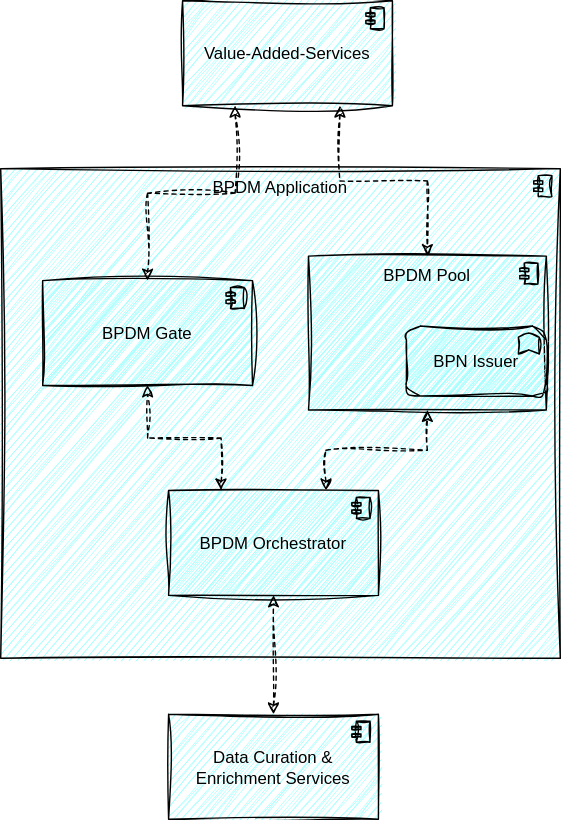
Above: static/img/cx_bpdm_highlevel.drawio.svg in eclipse-tractusx/eclipse-tractusx.github.io (draw.io), before the change. Source tidied: cells renumbered, new cells last; positions are measured from the earlier drawing's top-left corner, leaving out a move shared by most shapes. Its diagram source:
```xml
<mxGraphModel>
  <root>
    <mxCell id="0" />
    <mxCell id="1" parent="0" />
    <mxCell id="2" value="BPDM Application" style="html=1;whiteSpace=wrap;fillColor=#99ffff;shape=mxgraph.archimate3.application;appType=comp;archiType=square;strokeColor=default;fontFamily=Helvetica;fontSize=12;fontColor=default;verticalAlign=top;rounded=1;sketch=1;curveFitting=1;jiggle=2;" parent="1" vertex="1">
      <mxGeometry y="120" width="400" height="350" as="geometry" />
    </mxCell>
    <mxCell id="3" value="BPDM Gate" style="html=1;outlineConnect=0;whiteSpace=wrap;fillColor=#99ffff;shape=mxgraph.archimate3.application;appType=comp;archiType=square;strokeColor=default;fontFamily=Helvetica;fontSize=12;fontColor=default;rounded=1;sketch=1;curveFitting=1;jiggle=2;" parent="1" vertex="1">
      <mxGeometry x="30" y="200" width="150" height="75" as="geometry" />
    </mxCell>
    <mxCell id="4" style="edgeStyle=orthogonalEdgeStyle;shape=connector;rounded=0;sketch=1;hachureGap=4;jiggle=2;curveFitting=1;jettySize=auto;html=1;entryX=0.5;entryY=1;entryDx=0;entryDy=0;entryPerimeter=0;dashed=1;labelBackgroundColor=default;strokeColor=default;fontFamily=Architects Daughter;fontSource=https%3A%2F%2Ffonts.googleapis.com%2Fcss%3Ffamily%3DArchitects%2BDaughter;fontSize=16;fontColor=default;startArrow=classic;startFill=1;endArrow=classic;exitX=0.25;exitY=0;exitDx=0;exitDy=0;exitPerimeter=0;" parent="1" edge="1" source="6" target="3">
      <mxGeometry relative="1" as="geometry" />
    </mxCell>
    <mxCell id="5" style="edgeStyle=orthogonalEdgeStyle;shape=connector;rounded=0;sketch=1;hachureGap=4;jiggle=2;curveFitting=1;jettySize=auto;html=1;entryX=0.5;entryY=1;entryDx=0;entryDy=0;entryPerimeter=0;dashed=1;labelBackgroundColor=default;strokeColor=default;fontFamily=Architects Daughter;fontSource=https%3A%2F%2Ffonts.googleapis.com%2Fcss%3Ffamily%3DArchitects%2BDaughter;fontSize=16;fontColor=default;startArrow=classic;startFill=1;endArrow=classic;exitX=0.75;exitY=0;exitDx=0;exitDy=0;exitPerimeter=0;" parent="1" edge="1" source="6" target="13">
      <mxGeometry relative="1" as="geometry" />
    </mxCell>
    <mxCell id="6" value="BPDM Orchestrator" style="html=1;outlineConnect=0;whiteSpace=wrap;fillColor=#99ffff;shape=mxgraph.archimate3.application;appType=comp;archiType=square;strokeColor=default;fontFamily=Helvetica;fontSize=12;fontColor=default;rounded=1;sketch=1;curveFitting=1;jiggle=2;" parent="1" vertex="1">
      <mxGeometry x="120" y="350" width="150" height="75" as="geometry" />
    </mxCell>
    <mxCell id="7" style="edgeStyle=orthogonalEdgeStyle;shape=connector;rounded=0;sketch=1;hachureGap=4;jiggle=2;curveFitting=1;jettySize=auto;html=1;dashed=1;labelBackgroundColor=default;strokeColor=default;fontFamily=Architects Daughter;fontSource=https%3A%2F%2Ffonts.googleapis.com%2Fcss%3Ffamily%3DArchitects%2BDaughter;fontSize=16;fontColor=default;startArrow=classic;startFill=1;endArrow=classic;exitX=0.25;exitY=1;exitDx=0;exitDy=0;exitPerimeter=0;" parent="1" edge="1" source="9" target="3">
      <mxGeometry relative="1" as="geometry" />
    </mxCell>
    <mxCell id="8" style="edgeStyle=orthogonalEdgeStyle;shape=connector;rounded=0;sketch=1;hachureGap=4;jiggle=2;curveFitting=1;jettySize=auto;html=1;entryX=0.5;entryY=0;entryDx=0;entryDy=0;entryPerimeter=0;dashed=1;labelBackgroundColor=default;strokeColor=default;fontFamily=Architects Daughter;fontSource=https%3A%2F%2Ffonts.googleapis.com%2Fcss%3Ffamily%3DArchitects%2BDaughter;fontSize=16;fontColor=default;startArrow=classic;startFill=1;endArrow=classic;exitX=0.75;exitY=1;exitDx=0;exitDy=0;exitPerimeter=0;" parent="1" edge="1" source="9" target="13">
      <mxGeometry relative="1" as="geometry" />
    </mxCell>
    <mxCell id="9" value="Value-Added-Services" style="html=1;outlineConnect=0;whiteSpace=wrap;fillColor=#99ffff;shape=mxgraph.archimate3.application;appType=comp;archiType=square;strokeColor=default;fontFamily=Helvetica;fontSize=12;fontColor=default;rounded=1;sketch=1;curveFitting=1;jiggle=2;" parent="1" vertex="1">
      <mxGeometry x="130" width="150" height="75" as="geometry" />
    </mxCell>
    <mxCell id="10" style="edgeStyle=orthogonalEdgeStyle;rounded=0;sketch=1;hachureGap=4;jiggle=2;curveFitting=1;jettySize=auto;html=1;entryX=0.5;entryY=1;entryDx=0;entryDy=0;entryPerimeter=0;fontFamily=Architects Daughter;fontSource=https%3A%2F%2Ffonts.googleapis.com%2Fcss%3Ffamily%3DArchitects%2BDaughter;fontSize=16;startArrow=classic;startFill=1;dashed=1;" parent="1" edge="1" source="11" target="6">
      <mxGeometry relative="1" as="geometry" />
    </mxCell>
    <mxCell id="11" value="Data Curation &amp;amp; Enrichment Services" style="html=1;outlineConnect=0;whiteSpace=wrap;fillColor=#99ffff;shape=mxgraph.archimate3.application;appType=comp;archiType=square;strokeColor=default;fontFamily=Helvetica;fontSize=12;fontColor=default;rounded=1;sketch=1;curveFitting=1;jiggle=2;" parent="1" vertex="1">
      <mxGeometry x="120" y="510" width="150" height="75" as="geometry" />
    </mxCell>
    <mxCell id="12" style="group;" parent="1" vertex="1">
      <mxGeometry x="220" y="182.5" width="170" height="110" as="geometry" />
    </mxCell>
    <mxCell id="13" value="BPDM Pool" style="html=1;outlineConnect=0;whiteSpace=wrap;fillColor=#99ffff;shape=mxgraph.archimate3.application;appType=comp;archiType=square;strokeColor=default;fontFamily=Helvetica;fontSize=12;fontColor=default;rounded=1;sketch=1;curveFitting=1;jiggle=2;verticalAlign=top;" parent="12" vertex="1">
      <mxGeometry width="170" height="110" as="geometry" />
    </mxCell>
    <mxCell id="14" value="BPN Issuer" style="html=1;whiteSpace=wrap;fillColor=#99ffff;shape=mxgraph.archimate3.application;appType=func;archiType=rounded;sketch=1;hachureGap=4;jiggle=2;curveFitting=1;fontFamily=Helvetica;fontSource=https%3A%2F%2Ffonts.googleapis.com%2Fcss%3Ffamily%3DArchitects%2BDaughter;fontSize=12;rounded=1;" parent="12" vertex="1">
      <mxGeometry x="70" y="50" width="100" height="50" as="geometry" />
    </mxCell>
  </root>
</mxGraphModel>
```
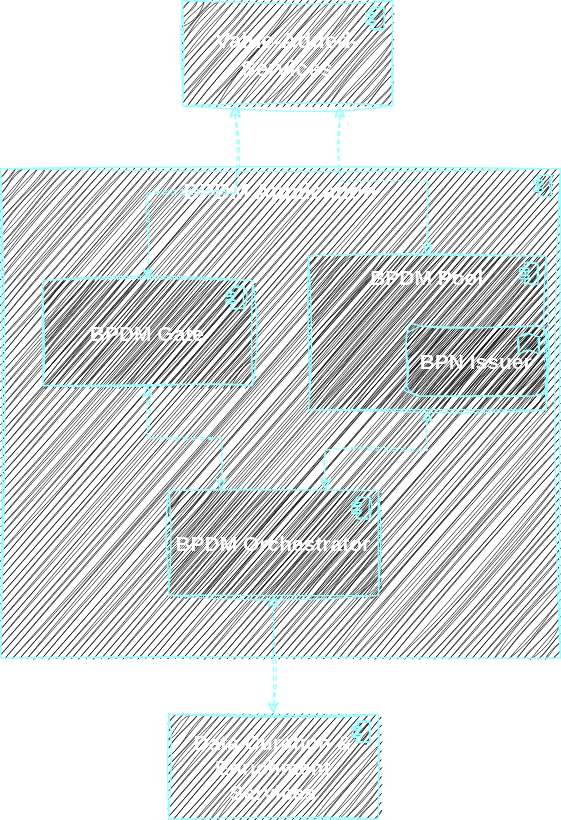
After the commit.

Commit message:
docs(bpdm):modified images in Architecture view

The edit, as a diff of the source:
```diff
@@ -2,43 +2,43 @@
   <root>
     <mxCell id="0" />
     <mxCell id="1" parent="0" />
-    <mxCell id="2" value="BPDM Application" style="html=1;whiteSpace=wrap;fillColor=#99ffff;shape=mxgraph.archimate3.application;appType=comp;archiType=square;strokeColor=default;fontFamily=Helvetica;fontSize=12;fontColor=default;verticalAlign=top;rounded=1;sketch=1;curveFitting=1;jiggle=2;" parent="1" vertex="1">
+    <mxCell id="2" value="&lt;b&gt;&lt;font color=&quot;#ffffff&quot; style=&quot;font-size: 16px;&quot;&gt;BPDM Application&lt;/font&gt;&lt;/b&gt;" style="html=1;whiteSpace=wrap;fillColor=#000000;shape=mxgraph.archimate3.application;appType=comp;archiType=square;strokeColor=#99FFFF;fontFamily=Helvetica;fontSize=12;fontColor=default;verticalAlign=top;rounded=1;sketch=1;curveFitting=1;jiggle=2;" parent="1" vertex="1">
       <mxGeometry y="120" width="400" height="350" as="geometry" />
     </mxCell>
-    <mxCell id="3" value="BPDM Gate" style="html=1;outlineConnect=0;whiteSpace=wrap;fillColor=#99ffff;shape=mxgraph.archimate3.application;appType=comp;archiType=square;strokeColor=default;fontFamily=Helvetica;fontSize=12;fontColor=default;rounded=1;sketch=1;curveFitting=1;jiggle=2;" parent="1" vertex="1">
+    <mxCell id="3" value="&lt;b&gt;&lt;font color=&quot;#ffffff&quot; style=&quot;font-size: 15px;&quot;&gt;BPDM Gate&lt;/font&gt;&lt;/b&gt;" style="html=1;outlineConnect=0;whiteSpace=wrap;fillColor=#000000;shape=mxgraph.archimate3.application;appType=comp;archiType=square;strokeColor=#99FFFF;fontFamily=Helvetica;fontSize=12;fontColor=default;rounded=1;sketch=1;curveFitting=1;jiggle=2;" parent="1" vertex="1">
       <mxGeometry x="30" y="200" width="150" height="75" as="geometry" />
     </mxCell>
-    <mxCell id="4" style="edgeStyle=orthogonalEdgeStyle;shape=connector;rounded=0;sketch=1;hachureGap=4;jiggle=2;curveFitting=1;jettySize=auto;html=1;entryX=0.5;entryY=1;entryDx=0;entryDy=0;entryPerimeter=0;dashed=1;labelBackgroundColor=default;strokeColor=default;fontFamily=Architects Daughter;fontSource=https%3A%2F%2Ffonts.googleapis.com%2Fcss%3Ffamily%3DArchitects%2BDaughter;fontSize=16;fontColor=default;startArrow=classic;startFill=1;endArrow=classic;exitX=0.25;exitY=0;exitDx=0;exitDy=0;exitPerimeter=0;" parent="1" edge="1" source="6" target="3">
+    <mxCell id="4" style="edgeStyle=orthogonalEdgeStyle;shape=connector;rounded=0;sketch=1;hachureGap=4;jiggle=2;curveFitting=1;jettySize=auto;html=1;entryX=0.5;entryY=1;entryDx=0;entryDy=0;entryPerimeter=0;dashed=1;labelBackgroundColor=default;strokeColor=#99FFFF;fontFamily=Architects Daughter;fontSource=https%3A%2F%2Ffonts.googleapis.com%2Fcss%3Ffamily%3DArchitects%2BDaughter;fontSize=16;fontColor=default;startArrow=classic;startFill=1;endArrow=classic;exitX=0.25;exitY=0;exitDx=0;exitDy=0;exitPerimeter=0;" parent="1" edge="1" source="6" target="3">
       <mxGeometry relative="1" as="geometry" />
     </mxCell>
-    <mxCell id="5" style="edgeStyle=orthogonalEdgeStyle;shape=connector;rounded=0;sketch=1;hachureGap=4;jiggle=2;curveFitting=1;jettySize=auto;html=1;entryX=0.5;entryY=1;entryDx=0;entryDy=0;entryPerimeter=0;dashed=1;labelBackgroundColor=default;strokeColor=default;fontFamily=Architects Daughter;fontSource=https%3A%2F%2Ffonts.googleapis.com%2Fcss%3Ffamily%3DArchitects%2BDaughter;fontSize=16;fontColor=default;startArrow=classic;startFill=1;endArrow=classic;exitX=0.75;exitY=0;exitDx=0;exitDy=0;exitPerimeter=0;" parent="1" edge="1" source="6" target="13">
+    <mxCell id="5" style="edgeStyle=orthogonalEdgeStyle;shape=connector;rounded=0;sketch=1;hachureGap=4;jiggle=2;curveFitting=1;jettySize=auto;html=1;entryX=0.5;entryY=1;entryDx=0;entryDy=0;entryPerimeter=0;dashed=1;labelBackgroundColor=default;strokeColor=#99FFFF;fontFamily=Architects Daughter;fontSource=https%3A%2F%2Ffonts.googleapis.com%2Fcss%3Ffamily%3DArchitects%2BDaughter;fontSize=16;fontColor=default;startArrow=classic;startFill=1;endArrow=classic;exitX=0.75;exitY=0;exitDx=0;exitDy=0;exitPerimeter=0;" parent="1" edge="1" source="6" target="13">
       <mxGeometry relative="1" as="geometry" />
     </mxCell>
-    <mxCell id="6" value="BPDM Orchestrator" style="html=1;outlineConnect=0;whiteSpace=wrap;fillColor=#99ffff;shape=mxgraph.archimate3.application;appType=comp;archiType=square;strokeColor=default;fontFamily=Helvetica;fontSize=12;fontColor=default;rounded=1;sketch=1;curveFitting=1;jiggle=2;" parent="1" vertex="1">
+    <mxCell id="6" value="&lt;b&gt;&lt;font color=&quot;#ffffff&quot; style=&quot;font-size: 15px;&quot;&gt;BPDM Orchestrator&lt;/font&gt;&lt;/b&gt;" style="html=1;outlineConnect=0;whiteSpace=wrap;fillColor=#000000;shape=mxgraph.archimate3.application;appType=comp;archiType=square;strokeColor=#99FFFF;fontFamily=Helvetica;fontSize=12;fontColor=default;rounded=1;sketch=1;curveFitting=1;jiggle=2;" parent="1" vertex="1">
       <mxGeometry x="120" y="350" width="150" height="75" as="geometry" />
     </mxCell>
-    <mxCell id="7" style="edgeStyle=orthogonalEdgeStyle;shape=connector;rounded=0;sketch=1;hachureGap=4;jiggle=2;curveFitting=1;jettySize=auto;html=1;dashed=1;labelBackgroundColor=default;strokeColor=default;fontFamily=Architects Daughter;fontSource=https%3A%2F%2Ffonts.googleapis.com%2Fcss%3Ffamily%3DArchitects%2BDaughter;fontSize=16;fontColor=default;startArrow=classic;startFill=1;endArrow=classic;exitX=0.25;exitY=1;exitDx=0;exitDy=0;exitPerimeter=0;" parent="1" edge="1" source="9" target="3">
+    <mxCell id="7" style="edgeStyle=orthogonalEdgeStyle;shape=connector;rounded=0;sketch=1;hachureGap=4;jiggle=2;curveFitting=1;jettySize=auto;html=1;dashed=1;labelBackgroundColor=default;strokeColor=#99FFFF;fontFamily=Architects Daughter;fontSource=https%3A%2F%2Ffonts.googleapis.com%2Fcss%3Ffamily%3DArchitects%2BDaughter;fontSize=16;fontColor=default;startArrow=classic;startFill=1;endArrow=classic;exitX=0.25;exitY=1;exitDx=0;exitDy=0;exitPerimeter=0;" parent="1" edge="1" source="9" target="3">
       <mxGeometry relative="1" as="geometry" />
     </mxCell>
-    <mxCell id="8" style="edgeStyle=orthogonalEdgeStyle;shape=connector;rounded=0;sketch=1;hachureGap=4;jiggle=2;curveFitting=1;jettySize=auto;html=1;entryX=0.5;entryY=0;entryDx=0;entryDy=0;entryPerimeter=0;dashed=1;labelBackgroundColor=default;strokeColor=default;fontFamily=Architects Daughter;fontSource=https%3A%2F%2Ffonts.googleapis.com%2Fcss%3Ffamily%3DArchitects%2BDaughter;fontSize=16;fontColor=default;startArrow=classic;startFill=1;endArrow=classic;exitX=0.75;exitY=1;exitDx=0;exitDy=0;exitPerimeter=0;" parent="1" edge="1" source="9" target="13">
+    <mxCell id="8" style="edgeStyle=orthogonalEdgeStyle;shape=connector;rounded=0;sketch=1;hachureGap=4;jiggle=2;curveFitting=1;jettySize=auto;html=1;entryX=0.5;entryY=0;entryDx=0;entryDy=0;entryPerimeter=0;dashed=1;labelBackgroundColor=default;strokeColor=#99FFFF;fontFamily=Architects Daughter;fontSource=https%3A%2F%2Ffonts.googleapis.com%2Fcss%3Ffamily%3DArchitects%2BDaughter;fontSize=16;fontColor=default;startArrow=classic;startFill=1;endArrow=classic;exitX=0.75;exitY=1;exitDx=0;exitDy=0;exitPerimeter=0;" parent="1" edge="1" source="9" target="13">
       <mxGeometry relative="1" as="geometry" />
     </mxCell>
-    <mxCell id="9" value="Value-Added-Services" style="html=1;outlineConnect=0;whiteSpace=wrap;fillColor=#99ffff;shape=mxgraph.archimate3.application;appType=comp;archiType=square;strokeColor=default;fontFamily=Helvetica;fontSize=12;fontColor=default;rounded=1;sketch=1;curveFitting=1;jiggle=2;" parent="1" vertex="1">
+    <mxCell id="9" value="&lt;b&gt;&lt;font color=&quot;#ffffff&quot; style=&quot;font-size: 16px;&quot;&gt;Value-Added-Services&lt;/font&gt;&lt;/b&gt;" style="html=1;outlineConnect=0;whiteSpace=wrap;fillColor=#000000;shape=mxgraph.archimate3.application;appType=comp;archiType=square;strokeColor=#99FFFF;fontFamily=Helvetica;fontSize=12;fontColor=default;rounded=1;sketch=1;curveFitting=1;jiggle=2;" parent="1" vertex="1">
       <mxGeometry x="130" width="150" height="75" as="geometry" />
     </mxCell>
-    <mxCell id="10" style="edgeStyle=orthogonalEdgeStyle;rounded=0;sketch=1;hachureGap=4;jiggle=2;curveFitting=1;jettySize=auto;html=1;entryX=0.5;entryY=1;entryDx=0;entryDy=0;entryPerimeter=0;fontFamily=Architects Daughter;fontSource=https%3A%2F%2Ffonts.googleapis.com%2Fcss%3Ffamily%3DArchitects%2BDaughter;fontSize=16;startArrow=classic;startFill=1;dashed=1;" parent="1" edge="1" source="11" target="6">
+    <mxCell id="10" style="edgeStyle=orthogonalEdgeStyle;rounded=0;sketch=1;hachureGap=4;jiggle=2;curveFitting=1;jettySize=auto;html=1;entryX=0.5;entryY=1;entryDx=0;entryDy=0;entryPerimeter=0;fontFamily=Architects Daughter;fontSource=https%3A%2F%2Ffonts.googleapis.com%2Fcss%3Ffamily%3DArchitects%2BDaughter;fontSize=16;startArrow=classic;startFill=1;dashed=1;strokeColor=#99FFFF;" parent="1" edge="1" source="11" target="6">
       <mxGeometry relative="1" as="geometry" />
     </mxCell>
-    <mxCell id="11" value="Data Curation &amp;amp; Enrichment Services" style="html=1;outlineConnect=0;whiteSpace=wrap;fillColor=#99ffff;shape=mxgraph.archimate3.application;appType=comp;archiType=square;strokeColor=default;fontFamily=Helvetica;fontSize=12;fontColor=default;rounded=1;sketch=1;curveFitting=1;jiggle=2;" parent="1" vertex="1">
+    <mxCell id="11" value="&lt;b&gt;&lt;font color=&quot;#ffffff&quot; style=&quot;font-size: 15px;&quot;&gt;Data Curation &amp;amp; Enrichment Services&lt;/font&gt;&lt;/b&gt;" style="html=1;outlineConnect=0;whiteSpace=wrap;fillColor=#000000;shape=mxgraph.archimate3.application;appType=comp;archiType=square;strokeColor=#99FFFF;fontFamily=Helvetica;fontSize=12;fontColor=default;rounded=1;sketch=1;curveFitting=1;jiggle=2;" parent="1" vertex="1">
       <mxGeometry x="120" y="510" width="150" height="75" as="geometry" />
     </mxCell>
     <mxCell id="12" style="group;" parent="1" vertex="1">
       <mxGeometry x="220" y="182.5" width="170" height="110" as="geometry" />
     </mxCell>
-    <mxCell id="13" value="BPDM Pool" style="html=1;outlineConnect=0;whiteSpace=wrap;fillColor=#99ffff;shape=mxgraph.archimate3.application;appType=comp;archiType=square;strokeColor=default;fontFamily=Helvetica;fontSize=12;fontColor=default;rounded=1;sketch=1;curveFitting=1;jiggle=2;verticalAlign=top;" parent="12" vertex="1">
+    <mxCell id="13" value="&lt;b&gt;&lt;font color=&quot;#ffffff&quot; style=&quot;font-size: 15px;&quot;&gt;BPDM Pool&lt;/font&gt;&lt;/b&gt;" style="html=1;outlineConnect=0;whiteSpace=wrap;fillColor=#000000;shape=mxgraph.archimate3.application;appType=comp;archiType=square;strokeColor=#99FFFF;fontFamily=Helvetica;fontSize=12;fontColor=default;rounded=1;sketch=1;curveFitting=1;jiggle=2;verticalAlign=top;" parent="12" vertex="1">
       <mxGeometry width="170" height="110" as="geometry" />
     </mxCell>
-    <mxCell id="14" value="BPN Issuer" style="html=1;whiteSpace=wrap;fillColor=#99ffff;shape=mxgraph.archimate3.application;appType=func;archiType=rounded;sketch=1;hachureGap=4;jiggle=2;curveFitting=1;fontFamily=Helvetica;fontSource=https%3A%2F%2Ffonts.googleapis.com%2Fcss%3Ffamily%3DArchitects%2BDaughter;fontSize=12;rounded=1;" parent="12" vertex="1">
+    <mxCell id="14" value="&lt;b&gt;&lt;font color=&quot;#ffffff&quot; style=&quot;font-size: 15px;&quot;&gt;BPN Issuer&lt;/font&gt;&lt;/b&gt;" style="html=1;whiteSpace=wrap;fillColor=#000000;shape=mxgraph.archimate3.application;appType=func;archiType=rounded;sketch=1;hachureGap=4;jiggle=2;curveFitting=1;fontFamily=Helvetica;fontSource=https%3A%2F%2Ffonts.googleapis.com%2Fcss%3Ffamily%3DArchitects%2BDaughter;fontSize=12;rounded=1;strokeColor=#99FFFF;" parent="12" vertex="1">
       <mxGeometry x="70" y="50" width="100" height="50" as="geometry" />
     </mxCell>
   </root>
```
